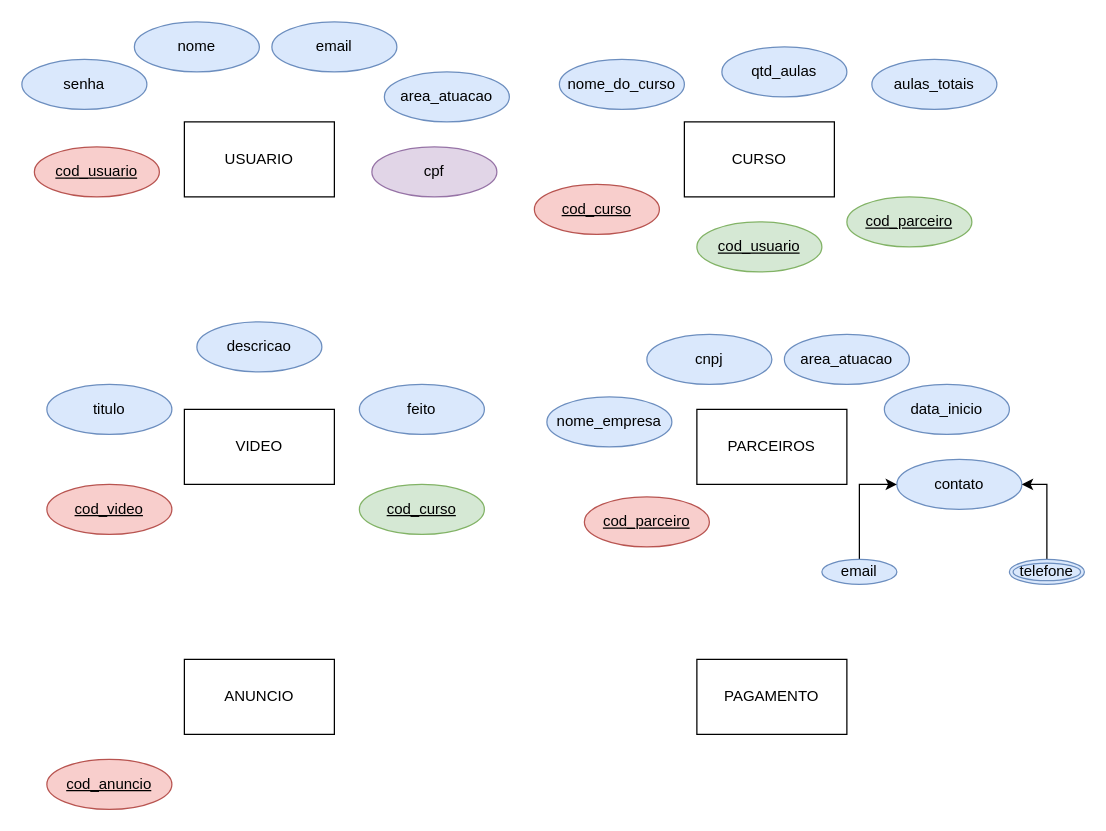
Above: Studytech.drawio in arthurmesquita2001/arthurmesquita2001 (draw.io), before the change. Source tidied: cells renumbered, new cells numbered last; positions are measured from the earlier drawing's top-left corner, leaving out a move shared by most shapes. Both pictures are drawn from the tidied source at 125%, with x=0, y=0 at pixel (21, 21).
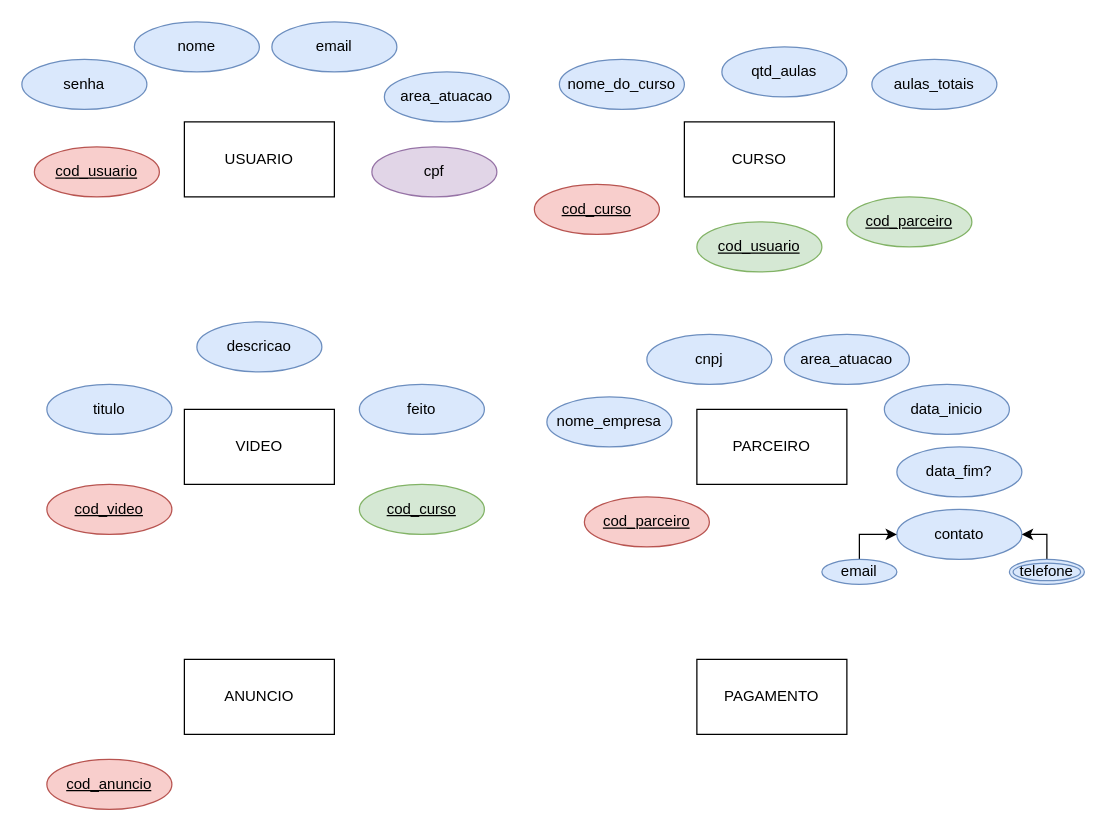
After the change.

Change to the diagram source:
```diff
@@
-    <mxCell id="18" value="PARCEIROS" style="rounded=0;whiteSpace=wrap;html=1;" parent="1" vertex="1">
+    <mxCell id="18" value="PARCEIRO" style="rounded=0;whiteSpace=wrap;html=1;" parent="1" vertex="1">
       <mxGeometry x="540" y="310" width="120" height="60" as="geometry" />
     </mxCell>
@@
     <mxCell id="29" value="contato" style="ellipse;whiteSpace=wrap;html=1;fillColor=#dae8fc;strokeColor=#6c8ebf;" parent="1" vertex="1">
-      <mxGeometry x="700" y="350" width="100" height="40" as="geometry" />
+      <mxGeometry x="700" y="390" width="100" height="40" as="geometry" />
     </mxCell>
@@
+    <mxCell id="37" value="data_fim?" style="ellipse;whiteSpace=wrap;html=1;align=center;fillColor=#dae8fc;strokeColor=#6c8ebf;" parent="1" vertex="1">
+      <mxGeometry x="700" y="340" width="100" height="40" as="geometry" />
+    </mxCell>
```
